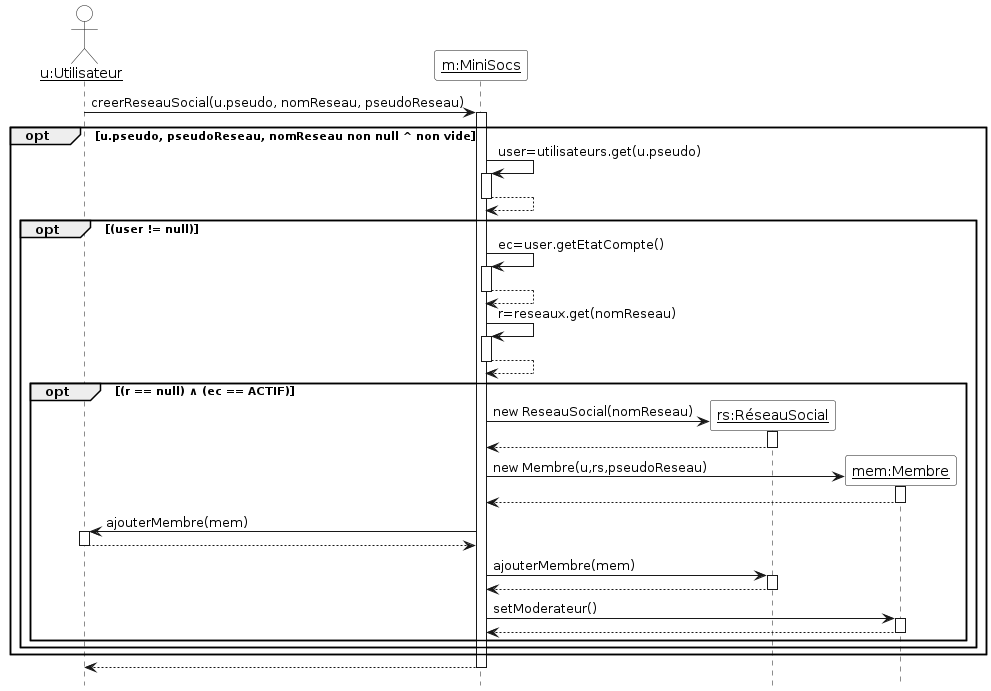
Above: Diagrammes/minisocs_uml_diag_seq_creer_reseau.png in ThELud0/Minisocs (PlantUML), before the change.
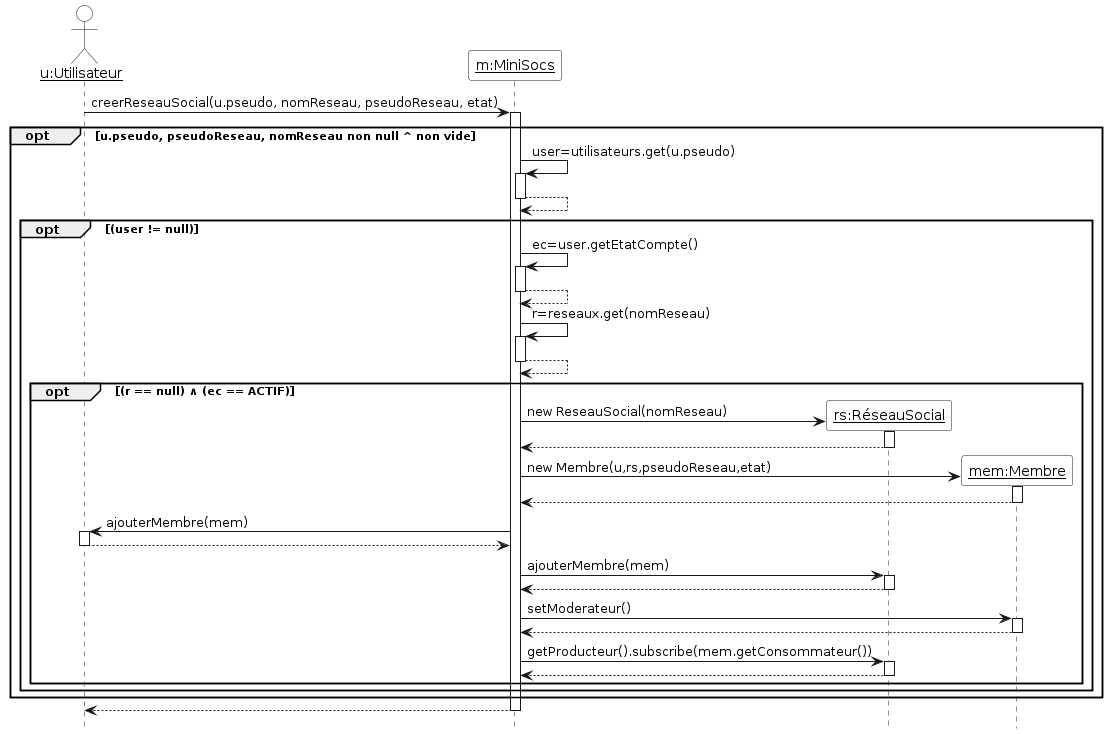
After the commit.

What changed in the source:
```diff
@@ -10,7 +10,7 @@
 participant "__m:MiniSocs__" as m
 
 
-u -> m ++ : creerReseauSocial(u.pseudo, nomReseau, pseudoReseau)
+u -> m ++ : creerReseauSocial(u.pseudo, nomReseau, pseudoReseau, etat)
 opt u.pseudo, pseudoReseau, nomReseau non null ^ non vide
 m -> m ++ : user=utilisateurs.get(u.pseudo)
 return
@@ -24,7 +24,7 @@
 m -> rs ++ : new ReseauSocial(nomReseau)
 return
 create "__mem:Membre__" as mem
-m -> mem ++ : new Membre(u,rs,pseudoReseau)
+m -> mem ++ : new Membre(u,rs,pseudoReseau,etat)
 return
 m -> u ++ : ajouterMembre(mem)
 return
@@ -32,8 +32,8 @@
 return
 m -> "__mem:Membre__" as mem ++ : setModerateur()
 return
-
-
+m -> rs ++ : getProducteur().subscribe(mem.getConsommateur())
+return
 
 end
 end
```
